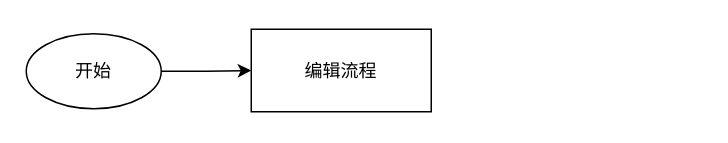
Above: rpa_orchestrator_process发布流程图.drawio in sunhj000/draw (draw.io), before the change. Source tidied: cells renumbered, new cells numbered last; positions are measured from the earlier drawing's top-left corner, leaving out a move shared by most shapes. Both pictures are drawn from the tidied source at 150%, with x=0, y=0 at pixel (26, 28).
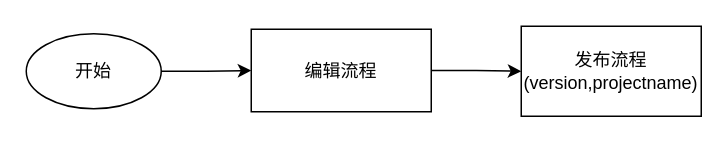
The same page after the edit.

Commit message (it also covers changes not shown here):
Update rpa_orchestrator_process发布流程图.drawio

Diff of the diagram source:
```diff
@@
 <mxGraphModel>
   <root>
     <mxCell id="0" />
     <mxCell id="1" parent="0" />
     <mxCell id="2" style="edgeStyle=orthogonalEdgeStyle;rounded=0;jettySize=auto;html=1;" parent="1" edge="1" source="3" target="4">
       <mxGeometry relative="1" as="geometry" />
     </mxCell>
     <mxCell id="3" value="开始" style="ellipse;whiteSpace=wrap;html=1;" parent="1" vertex="1">
       <mxGeometry y="3" width="90" height="50" as="geometry" />
     </mxCell>
+    <mxCell id="5" style="edgeStyle=orthogonalEdgeStyle;rounded=0;jettySize=auto;html=1;" parent="1" edge="1" source="4" target="6">
+      <mxGeometry relative="1" as="geometry" />
+    </mxCell>
     <mxCell id="4" value="编辑流程" style="rounded=0;whiteSpace=wrap;html=1;" parent="1" vertex="1">
       <mxGeometry x="150" width="120" height="55" as="geometry" />
     </mxCell>
+    <mxCell id="6" value="发布流程(version,projectname)" style="rounded=0;whiteSpace=wrap;html=1;" parent="1" vertex="1">
+      <mxGeometry x="330" y="-2" width="120" height="60" as="geometry" />
+    </mxCell>
   </root>
 </mxGraphModel>
```
